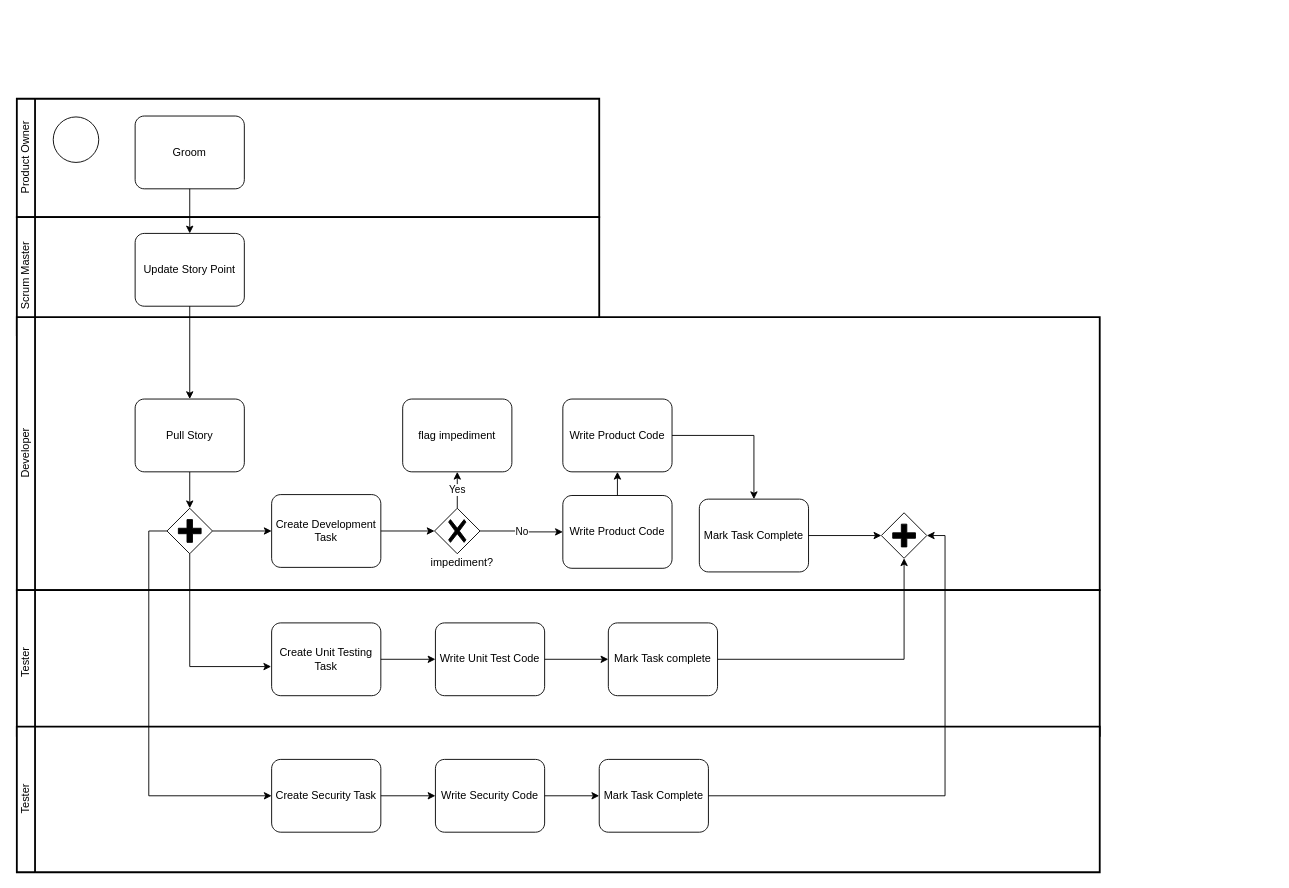
The draw.io diagram page "Page-1" (1 of 2) of lmnas-process/user-story.drawio in lmnaslimited/iyakkam, before the edit. Source tidied: cells renumbered, new cells numbered last; positions are measured from the earlier drawing's top-left corner, leaving out a move shared by most shapes. Both pictures are drawn from the tidied source at 91%, with x=0, y=0 at pixel (16, 98).
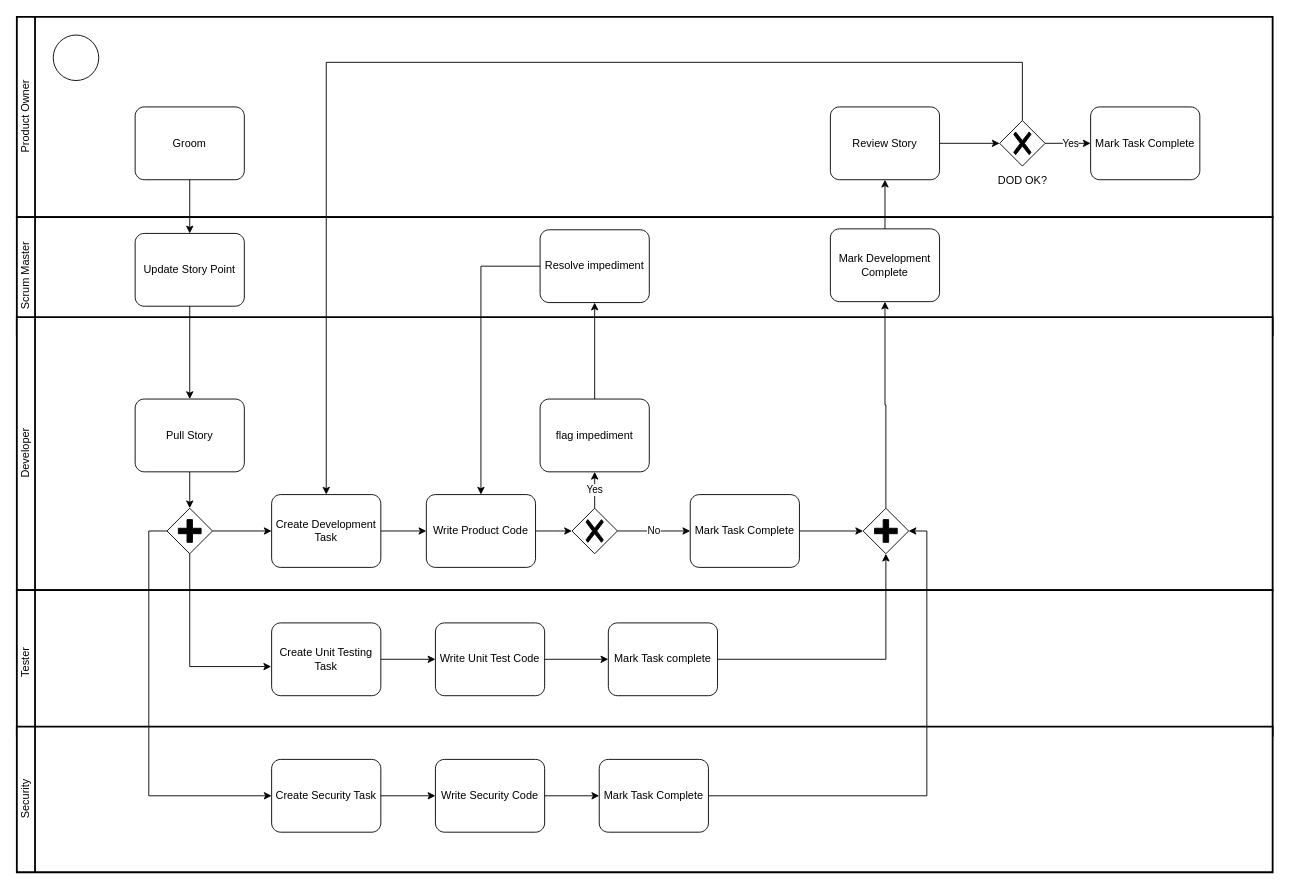
After the change.

Unchanged cells that the change refers to:
```xml
<mxCell id="10" value="Create Development Task" style="points=[[0.25,0,0],[0.5,0,0],[0.75,0,0],[1,0.25,0],[1,0.5,0],[1,0.75,0],[0.75,1,0],[0.5,1,0],[0.25,1,0],[0,0.75,0],[0,0.5,0],[0,0.25,0]];shape=mxgraph.bpmn.task;whiteSpace=wrap;rectStyle=rounded;size=10;taskMarker=abstract;" parent="7" vertex="1">
  <mxGeometry x="280" y="195" width="120" height="80" as="geometry" />
</mxCell>
```

Diff of the diagram source:
```diff
@@
     <mxCell id="2" value="Product Owner" style="swimlane;html=1;startSize=20;fontStyle=0;horizontal=0;swimlaneLine=1;swimlaneFillColor=#ffffff;strokeWidth=2;" parent="1" vertex="1">
-      <mxGeometry width="640" height="130" as="geometry" />
+      <mxGeometry y="-90" width="1380" height="220" as="geometry" />
     </mxCell>
@@
     <mxCell id="4" value="Groom" style="points=[[0.25,0,0],[0.5,0,0],[0.75,0,0],[1,0.25,0],[1,0.5,0],[1,0.75,0],[0.75,1,0],[0.5,1,0],[0.25,1,0],[0,0.75,0],[0,0.5,0],[0,0.25,0]];shape=mxgraph.bpmn.task;whiteSpace=wrap;rectStyle=rounded;size=10;taskMarker=abstract;" parent="2" vertex="1">
-      <mxGeometry x="130" y="19" width="120" height="80" as="geometry" />
+      <mxGeometry x="130" y="99" width="120" height="80" as="geometry" />
     </mxCell>
+    <mxCell id="44" style="edgeStyle=orthogonalEdgeStyle;rounded=0;jettySize=auto;html=1;exitX=1;exitY=0.5;exitDx=0;exitDy=0;exitPerimeter=0;entryX=0;entryY=0.5;entryDx=0;entryDy=0;entryPerimeter=0;" parent="2" edge="1" source="45" target="48">
+      <mxGeometry relative="1" as="geometry" />
+    </mxCell>
+    <mxCell id="45" value="Review Story" style="points=[[0.25,0,0],[0.5,0,0],[0.75,0,0],[1,0.25,0],[1,0.5,0],[1,0.75,0],[0.75,1,0],[0.5,1,0],[0.25,1,0],[0,0.75,0],[0,0.5,0],[0,0.25,0]];shape=mxgraph.bpmn.task;whiteSpace=wrap;rectStyle=rounded;size=10;taskMarker=abstract;" parent="2" vertex="1">
+      <mxGeometry x="894" y="99" width="120" height="80" as="geometry" />
+    </mxCell>
+    <mxCell id="46" style="edgeStyle=orthogonalEdgeStyle;rounded=0;jettySize=auto;html=1;exitX=1;exitY=0.5;exitDx=0;exitDy=0;exitPerimeter=0;entryX=0;entryY=0.5;entryDx=0;entryDy=0;entryPerimeter=0;" parent="2" edge="1" source="48" target="49">
+      <mxGeometry relative="1" as="geometry" />
+    </mxCell>
+    <mxCell id="47" value="Yes" style="edgeLabel;html=1;align=center;verticalAlign=middle;" parent="46" vertex="1">
+      <mxGeometry x="0.09" relative="1" as="geometry" />
+    </mxCell>
+    <mxCell id="48" style="points=[[0.25,0.25,0],[0.5,0,0],[0.75,0.25,0],[1,0.5,0],[0.75,0.75,0],[0.5,1,0],[0.25,0.75,0],[0,0.5,0]];shape=mxgraph.bpmn.gateway2;html=1;verticalLabelPosition=bottom;labelBackgroundColor=#ffffff;verticalAlign=top;align=center;perimeter=rhombusPerimeter;outlineConnect=0;outline=none;symbol=none;gwType=exclusive;" parent="2" vertex="1">
+      <mxGeometry x="1080" y="114" width="50" height="50" as="geometry" />
+    </mxCell>
+    <mxCell id="14" value="DOD OK?" style="text;html=1;align=center;verticalAlign=middle;strokeColor=none;fillColor=none;" parent="2" vertex="1">
+      <mxGeometry x="1070" y="170" width="70" height="20" as="geometry" />
+    </mxCell>
+    <mxCell id="49" value="Mark Task Complete" style="points=[[0.25,0,0],[0.5,0,0],[0.75,0,0],[1,0.25,0],[1,0.5,0],[1,0.75,0],[0.75,1,0],[0.5,1,0],[0.25,1,0],[0,0.75,0],[0,0.5,0],[0,0.25,0]];shape=mxgraph.bpmn.task;whiteSpace=wrap;rectStyle=rounded;size=10;taskMarker=abstract;" parent="2" vertex="1">
+      <mxGeometry x="1180" y="99" width="120" height="80" as="geometry" />
+    </mxCell>
     <mxCell id="5" value="Scrum Master" style="swimlane;html=1;startSize=20;fontStyle=0;horizontal=0;swimlaneLine=1;swimlaneFillColor=#ffffff;strokeWidth=2;" parent="1" vertex="1">
-      <mxGeometry y="130" width="640" height="130" as="geometry" />
+      <mxGeometry y="130" width="1380" height="130" as="geometry" />
     </mxCell>
@@
+    <mxCell id="50" value="Resolve impediment" style="points=[[0.25,0,0],[0.5,0,0],[0.75,0,0],[1,0.25,0],[1,0.5,0],[1,0.75,0],[0.75,1,0],[0.5,1,0],[0.25,1,0],[0,0.75,0],[0,0.5,0],[0,0.25,0]];shape=mxgraph.bpmn.task;whiteSpace=wrap;rectStyle=rounded;size=10;taskMarker=abstract;" parent="5" vertex="1">
+      <mxGeometry x="575" y="14" width="120" height="80" as="geometry" />
+    </mxCell>
+    <mxCell id="51" value="Mark Development Complete" style="points=[[0.25,0,0],[0.5,0,0],[0.75,0,0],[1,0.25,0],[1,0.5,0],[1,0.75,0],[0.75,1,0],[0.5,1,0],[0.25,1,0],[0,0.75,0],[0,0.5,0],[0,0.25,0]];shape=mxgraph.bpmn.task;whiteSpace=wrap;rectStyle=rounded;size=10;taskMarker=abstract;" parent="5" vertex="1">
+      <mxGeometry x="894" y="13" width="120" height="80" as="geometry" />
+    </mxCell>
     <mxCell id="7" value="Developer" style="swimlane;html=1;startSize=20;fontStyle=0;horizontal=0;swimlaneLine=1;swimlaneFillColor=#ffffff;strokeWidth=2;" parent="1" vertex="1">
-      <mxGeometry y="240" width="1190" height="300" as="geometry" />
+      <mxGeometry y="240" width="1380" height="300" as="geometry" />
     </mxCell>
@@
+    <mxCell id="52" style="edgeStyle=orthogonalEdgeStyle;rounded=0;jettySize=auto;html=1;exitX=1;exitY=0.5;exitDx=0;exitDy=0;exitPerimeter=0;entryX=0;entryY=0.5;entryDx=0;entryDy=0;entryPerimeter=0;" parent="7" edge="1" source="10" target="18">
+      <mxGeometry relative="1" as="geometry" />
+    </mxCell>
@@
-    <mxCell id="12" value="No" style="edgeStyle=orthogonalEdgeStyle;rounded=0;jettySize=auto;html=1;exitX=1;exitY=0.5;exitDx=0;exitDy=0;exitPerimeter=0;entryX=0;entryY=0.5;entryDx=0;entryDy=0;entryPerimeter=0;" parent="7" edge="1" source="13" target="18">
+    <mxCell id="12" value="No" style="edgeStyle=orthogonalEdgeStyle;rounded=0;jettySize=auto;html=1;exitX=1;exitY=0.5;exitDx=0;exitDy=0;exitPerimeter=0;entryX=0;entryY=0.5;entryDx=0;entryDy=0;entryPerimeter=0;" parent="7" edge="1" source="13" target="22">
       <mxGeometry relative="1" as="geometry" />
     </mxCell>
     <mxCell id="13" style="points=[[0.25,0.25,0],[0.5,0,0],[0.75,0.25,0],[1,0.5,0],[0.75,0.75,0],[0.5,1,0],[0.25,0.75,0],[0,0.5,0]];shape=mxgraph.bpmn.gateway2;html=1;verticalLabelPosition=bottom;labelBackgroundColor=#ffffff;verticalAlign=top;align=center;perimeter=rhombusPerimeter;outlineConnect=0;outline=none;symbol=none;gwType=exclusive;" parent="7" vertex="1">
-      <mxGeometry x="459" y="210" width="50" height="50" as="geometry" />
+      <mxGeometry x="610" y="210" width="50" height="50" as="geometry" />
     </mxCell>
-    <mxCell id="14" value="impediment?" style="text;html=1;align=center;verticalAlign=middle;strokeColor=none;fillColor=none;" parent="7" vertex="1">
-      <mxGeometry x="449" y="260" width="80" height="20" as="geometry" />
-    </mxCell>
-    <mxCell id="15" style="edgeStyle=orthogonalEdgeStyle;rounded=0;jettySize=auto;html=1;entryX=0;entryY=0.5;entryDx=0;entryDy=0;entryPerimeter=0;" parent="7" edge="1" source="10" target="13">
-      <mxGeometry relative="1" as="geometry" />
-    </mxCell>
     <mxCell id="16" value="flag impediment" style="points=[[0.25,0,0],[0.5,0,0],[0.75,0,0],[1,0.25,0],[1,0.5,0],[1,0.75,0],[0.75,1,0],[0.5,1,0],[0.25,1,0],[0,0.75,0],[0,0.5,0],[0,0.25,0]];shape=mxgraph.bpmn.task;whiteSpace=wrap;rectStyle=rounded;size=10;taskMarker=abstract;" parent="7" vertex="1">
-      <mxGeometry x="424" y="90" width="120" height="80" as="geometry" />
+      <mxGeometry x="575" y="90" width="120" height="80" as="geometry" />
     </mxCell>
-    <mxCell id="17" style="edgeStyle=orthogonalEdgeStyle;rounded=0;jettySize=auto;html=1;exitX=0.5;exitY=0;exitDx=0;exitDy=0;exitPerimeter=0;entryX=0.5;entryY=1;entryDx=0;entryDy=0;entryPerimeter=0;" parent="7" edge="1" source="18" target="21">
-      <mxGeometry relative="1" as="geometry" />
-    </mxCell>
     <mxCell id="18" value="Write Product Code" style="points=[[0.25,0,0],[0.5,0,0],[0.75,0,0],[1,0.25,0],[1,0.5,0],[1,0.75,0],[0.75,1,0],[0.5,1,0],[0.25,1,0],[0,0.75,0],[0,0.5,0],[0,0.25,0]];shape=mxgraph.bpmn.task;whiteSpace=wrap;rectStyle=rounded;size=10;taskMarker=abstract;" parent="7" vertex="1">
-      <mxGeometry x="600" y="196" width="120" height="80" as="geometry" />
+      <mxGeometry x="450" y="195" width="120" height="80" as="geometry" />
     </mxCell>
@@
-    <mxCell id="21" value="Write Product Code" style="points=[[0.25,0,0],[0.5,0,0],[0.75,0,0],[1,0.25,0],[1,0.5,0],[1,0.75,0],[0.75,1,0],[0.5,1,0],[0.25,1,0],[0,0.75,0],[0,0.5,0],[0,0.25,0]];shape=mxgraph.bpmn.task;whiteSpace=wrap;rectStyle=rounded;size=10;taskMarker=abstract;" parent="7" vertex="1">
-      <mxGeometry x="600" y="90" width="120" height="80" as="geometry" />
-    </mxCell>
     <mxCell id="22" value="Mark Task Complete" style="points=[[0.25,0,0],[0.5,0,0],[0.75,0,0],[1,0.25,0],[1,0.5,0],[1,0.75,0],[0.75,1,0],[0.5,1,0],[0.25,1,0],[0,0.75,0],[0,0.5,0],[0,0.25,0]];shape=mxgraph.bpmn.task;whiteSpace=wrap;rectStyle=rounded;size=10;taskMarker=abstract;" parent="7" vertex="1">
-      <mxGeometry x="750" y="200" width="120" height="80" as="geometry" />
+      <mxGeometry x="740" y="195" width="120" height="80" as="geometry" />
     </mxCell>
-    <mxCell id="23" style="edgeStyle=orthogonalEdgeStyle;rounded=0;jettySize=auto;html=1;" parent="7" edge="1" source="21" target="22">
-      <mxGeometry relative="1" as="geometry" />
-    </mxCell>
+    <mxCell id="42" style="points=[[0.25,0.25,0],[0.5,0,0],[0.75,0.25,0],[1,0.5,0],[0.75,0.75,0],[0.5,1,0],[0.25,0.75,0],[0,0.5,0]];shape=mxgraph.bpmn.gateway2;html=1;verticalLabelPosition=bottom;labelBackgroundColor=#ffffff;verticalAlign=top;align=center;perimeter=rhombusPerimeter;outlineConnect=0;outline=none;symbol=none;gwType=parallel;" parent="7" vertex="1">
+      <mxGeometry x="930" y="210" width="50" height="50" as="geometry" />
+    </mxCell>
+    <mxCell id="43" style="edgeStyle=orthogonalEdgeStyle;rounded=0;jettySize=auto;html=1;exitX=1;exitY=0.5;exitDx=0;exitDy=0;exitPerimeter=0;" parent="7" edge="1" source="22" target="42">
+      <mxGeometry relative="1" as="geometry" />
+    </mxCell>
@@
     <mxCell id="26" value="Tester" style="swimlane;html=1;startSize=20;fontStyle=0;horizontal=0;swimlaneLine=1;swimlaneFillColor=#ffffff;strokeWidth=2;" parent="1" vertex="1">
-      <mxGeometry y="540" width="1190" height="160" as="geometry" />
+      <mxGeometry y="540" width="1380" height="160" as="geometry" />
     </mxCell>
@@
-    <mxCell id="33" value="Tester" style="swimlane;html=1;startSize=20;fontStyle=0;horizontal=0;swimlaneLine=1;swimlaneFillColor=#ffffff;strokeWidth=2;" parent="1" vertex="1">
-      <mxGeometry y="690" width="1190" height="160" as="geometry" />
+    <mxCell id="33" value="Security" style="swimlane;html=1;startSize=20;fontStyle=0;horizontal=0;swimlaneLine=1;swimlaneFillColor=#ffffff;strokeWidth=2;" parent="1" vertex="1">
+      <mxGeometry y="690" width="1380" height="160" as="geometry" />
     </mxCell>
@@
-    <mxCell id="42" style="points=[[0.25,0.25,0],[0.5,0,0],[0.75,0.25,0],[1,0.5,0],[0.75,0.75,0],[0.5,1,0],[0.25,0.75,0],[0,0.5,0]];shape=mxgraph.bpmn.gateway2;html=1;verticalLabelPosition=bottom;labelBackgroundColor=#ffffff;verticalAlign=top;align=center;perimeter=rhombusPerimeter;outlineConnect=0;outline=none;symbol=none;gwType=parallel;" parent="1" vertex="1">
-      <mxGeometry x="950" y="455" width="50" height="50" as="geometry" />
-    </mxCell>
-    <mxCell id="43" style="edgeStyle=orthogonalEdgeStyle;rounded=0;jettySize=auto;html=1;exitX=1;exitY=0.5;exitDx=0;exitDy=0;exitPerimeter=0;" parent="1" edge="1" source="22" target="42">
-      <mxGeometry relative="1" as="geometry" />
-    </mxCell>
+    <mxCell id="53" style="edgeStyle=orthogonalEdgeStyle;rounded=0;jettySize=auto;html=1;exitX=1;exitY=0.5;exitDx=0;exitDy=0;exitPerimeter=0;" parent="1" edge="1" source="18">
+      <mxGeometry relative="1" as="geometry">
+        <mxPoint x="610" y="475" as="targetPoint" />
+      </mxGeometry>
+    </mxCell>
+    <mxCell id="54" style="edgeStyle=orthogonalEdgeStyle;rounded=0;jettySize=auto;html=1;exitX=0.5;exitY=0;exitDx=0;exitDy=0;exitPerimeter=0;entryX=0.5;entryY=1;entryDx=0;entryDy=0;entryPerimeter=0;" parent="1" edge="1" source="16" target="50">
+      <mxGeometry relative="1" as="geometry" />
+    </mxCell>
+    <mxCell id="55" style="edgeStyle=orthogonalEdgeStyle;rounded=0;jettySize=auto;html=1;exitX=0.5;exitY=0;exitDx=0;exitDy=0;exitPerimeter=0;entryX=0.5;entryY=1;entryDx=0;entryDy=0;entryPerimeter=0;" parent="1" edge="1" source="42" target="51">
+      <mxGeometry relative="1" as="geometry" />
+    </mxCell>
+    <mxCell id="56" style="edgeStyle=orthogonalEdgeStyle;rounded=0;jettySize=auto;html=1;" parent="1" edge="1" source="51" target="45">
+      <mxGeometry relative="1" as="geometry" />
+    </mxCell>
+    <mxCell id="57" style="edgeStyle=orthogonalEdgeStyle;rounded=0;jettySize=auto;html=1;exitX=0.5;exitY=0;exitDx=0;exitDy=0;exitPerimeter=0;entryX=0.5;entryY=0;entryDx=0;entryDy=0;entryPerimeter=0;" parent="1" edge="1" source="48" target="10">
+      <mxGeometry relative="1" as="geometry">
+        <Array as="points">
+          <mxPoint x="1105" y="-40" />
+          <mxPoint x="340" y="-40" />
+        </Array>
+      </mxGeometry>
+    </mxCell>
+    <mxCell id="58" style="edgeStyle=orthogonalEdgeStyle;rounded=0;jettySize=auto;html=1;exitX=0;exitY=0.5;exitDx=0;exitDy=0;exitPerimeter=0;" parent="1" edge="1" source="50" target="18">
+      <mxGeometry relative="1" as="geometry" />
+    </mxCell>
```
